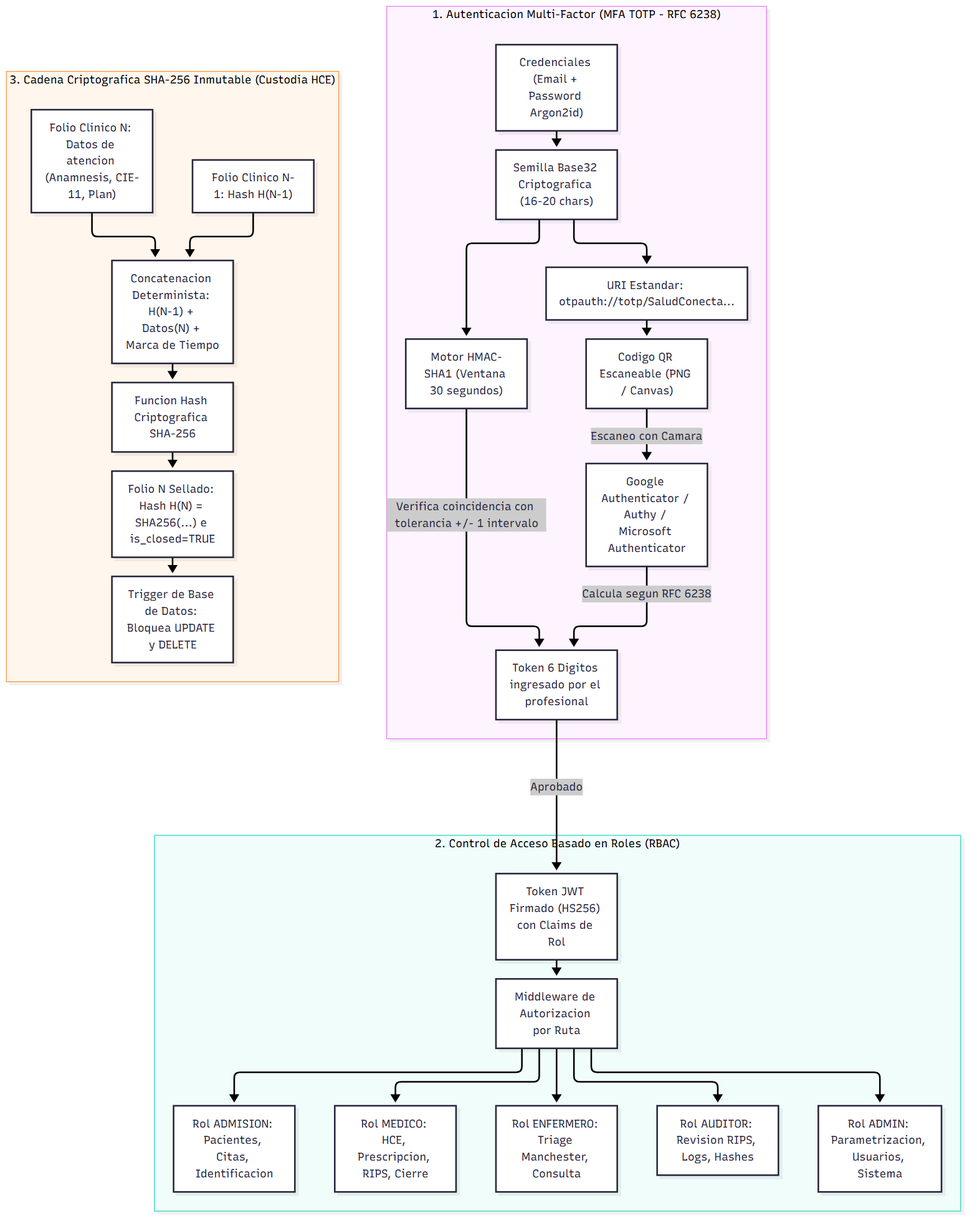
This is docs/diagrams/07_seguridad_mfa_sha256.png from ThiagoVelez/Proyecto_felipe, a Mermaid export, as it was before one commit. Its source is kept beside it as docs/diagrams/07_seguridad_mfa_sha256.mmd. The source it was exported from:
```mermaid
flowchart TD
    subgraph MFAFlow ["1. Autenticacion Multi-Factor (MFA TOTP - RFC 6238)"]
        Credentials["Credenciales (Email + Password Argon2id)"]
        Base32Seed["Semilla Base32 Criptografica (16-20 chars)"]
        QRURI["URI Estandar: otpauth://totp/SaludConecta..."]
        QRImage["Codigo QR Escaneable (PNG / Canvas)"]
        PhoneApp["Google Authenticator / Authy / Microsoft Authenticator"]
        HMACEngine["Motor HMAC-SHA1 (Ventana 30 segundos)"]
        UserOTP["Token 6 Digitos ingresado por el profesional"]

        Credentials --> Base32Seed
        Base32Seed --> QRURI
        QRURI --> QRImage
        QRImage -->|Escaneo con Camara| PhoneApp
        PhoneApp -->|Calcula segun RFC 6238| UserOTP
        Base32Seed --> HMACEngine
        HMACEngine -->|Verifica coincidencia con tolerancia +/- 1 intervalo| UserOTP
    end

    subgraph RBACEngine ["2. Control de Acceso Basado en Roles (RBAC)"]
        JWTToken["Token JWT Firmado (HS256) con Claims de Rol"]
        RoleGuard["Middleware de Autorizacion por Ruta"]
        RoleMedico["Rol MEDICO: HCE, Prescripcion, RIPS, Cierre"]
        RoleEnfermero["Rol ENFERMERO: Triage Manchester, Consulta"]
        RoleAdmision["Rol ADMISION: Pacientes, Citas, Identificacion"]
        RoleAuditor["Rol AUDITOR: Revision RIPS, Logs, Hashes"]
        RoleAdmin["Rol ADMIN: Parametrizacion, Usuarios, Sistema"]

        UserOTP -->|Aprobado| JWTToken
        JWTToken --> RoleGuard
        RoleGuard --> RoleMedico & RoleEnfermero & RoleAdmision & RoleAuditor & RoleAdmin
    end

    subgraph HashChaining ["3. Cadena Criptografica SHA-256 Inmutable (Custodia HCE)"]
        FolioPrevio["Folio Clinico N-1: Hash H(N-1)"]
        FolioActual["Folio Clinico N: Datos de atencion (Anamnesis, CIE-11, Plan)"]
        HashConcat["Concatenacion Determinista: H(N-1) + Datos(N) + Marca de Tiempo"]
        EngineSHA256["Funcion Hash Criptografica SHA-256"]
        FolioFirmado["Folio N Sellado: Hash H(N) = SHA256(...) e is_closed=TRUE"]
        SQLTrigger["Trigger de Base de Datos: Bloquea UPDATE y DELETE"]

        FolioPrevio --> HashConcat
        FolioActual --> HashConcat
        HashConcat --> EngineSHA256
        EngineSHA256 --> FolioFirmado
        FolioFirmado --> SQLTrigger
    end
```
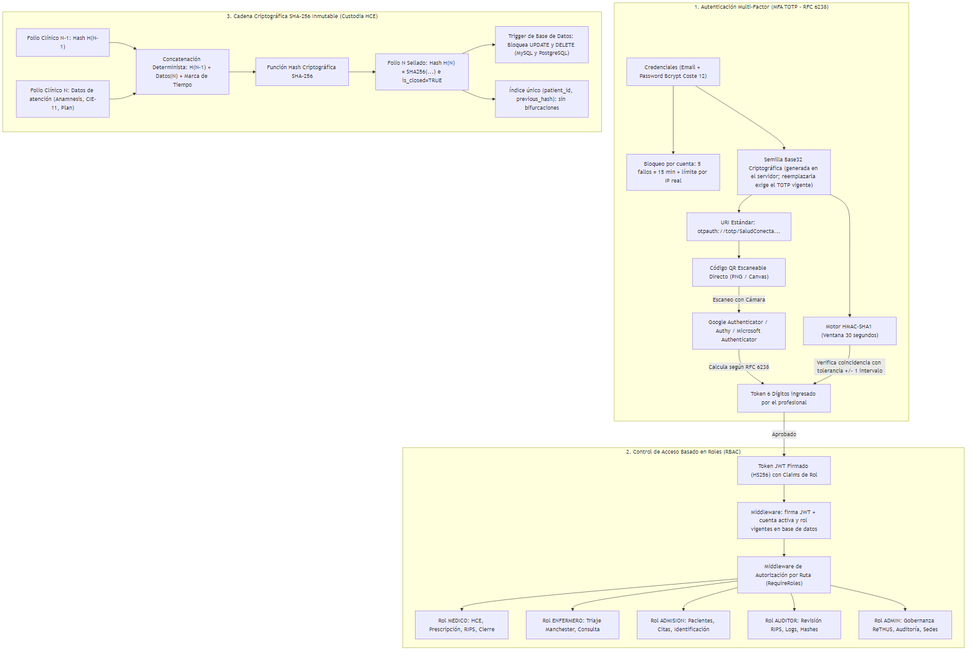
Later version of the same file.

Diff of the diagram source:
```diff
@@ -1,47 +1,53 @@
 flowchart TD
-    subgraph MFAFlow ["1. Autenticacion Multi-Factor (MFA TOTP - RFC 6238)"]
-        Credentials["Credenciales (Email + Password Argon2id)"]
-        Base32Seed["Semilla Base32 Criptografica (16-20 chars)"]
-        QRURI["URI Estandar: otpauth://totp/SaludConecta..."]
-        QRImage["Codigo QR Escaneable (PNG / Canvas)"]
+    subgraph MFAFlow ["1. Autenticación Multi-Factor (MFA TOTP - RFC 6238)"]
+        Credentials["Credenciales (Email + Password Bcrypt Coste 12)"]
+        Lockout["Bloqueo por cuenta: 5 fallos = 15 min + límite por IP real"]
+        Base32Seed["Semilla Base32 Criptográfica (generada en el servidor; reemplazarla exige el TOTP vigente)"]
+        QRURI["URI Estándar: otpauth://totp/SaludConecta..."]
+        QRImage["Código QR Escaneable Directo (PNG / Canvas)"]
         PhoneApp["Google Authenticator / Authy / Microsoft Authenticator"]
         HMACEngine["Motor HMAC-SHA1 (Ventana 30 segundos)"]
-        UserOTP["Token 6 Digitos ingresado por el profesional"]
+        UserOTP["Token 6 Dígitos ingresado por el profesional"]
 
+        Credentials --> Lockout
         Credentials --> Base32Seed
         Base32Seed --> QRURI
         QRURI --> QRImage
-        QRImage -->|Escaneo con Camara| PhoneApp
-        PhoneApp -->|Calcula segun RFC 6238| UserOTP
+        QRImage -->|Escaneo con Cámara| PhoneApp
+        PhoneApp -->|Calcula según RFC 6238| UserOTP
         Base32Seed --> HMACEngine
         HMACEngine -->|Verifica coincidencia con tolerancia +/- 1 intervalo| UserOTP
     end
 
     subgraph RBACEngine ["2. Control de Acceso Basado en Roles (RBAC)"]
         JWTToken["Token JWT Firmado (HS256) con Claims de Rol"]
-        RoleGuard["Middleware de Autorizacion por Ruta"]
-        RoleMedico["Rol MEDICO: HCE, Prescripcion, RIPS, Cierre"]
-        RoleEnfermero["Rol ENFERMERO: Triage Manchester, Consulta"]
-        RoleAdmision["Rol ADMISION: Pacientes, Citas, Identificacion"]
-        RoleAuditor["Rol AUDITOR: Revision RIPS, Logs, Hashes"]
-        RoleAdmin["Rol ADMIN: Parametrizacion, Usuarios, Sistema"]
+        SessionCheck["Middleware: firma JWT + cuenta activa y rol vigentes en base de datos"]
+        RoleGuard["Middleware de Autorización por Ruta (RequireRoles)"]
+        RoleMedico["Rol MEDICO: HCE, Prescripción, RIPS, Cierre"]
+        RoleEnfermero["Rol ENFERMERO: Triaje Manchester, Consulta"]
+        RoleAdmision["Rol ADMISION: Pacientes, Citas, Identificación"]
+        RoleAuditor["Rol AUDITOR: Revisión RIPS, Logs, Hashes"]
+        RoleAdmin["Rol ADMIN: Gobernanza ReTHUS, Auditoría, Sedes"]
 
         UserOTP -->|Aprobado| JWTToken
-        JWTToken --> RoleGuard
+        JWTToken --> SessionCheck
+        SessionCheck --> RoleGuard
         RoleGuard --> RoleMedico & RoleEnfermero & RoleAdmision & RoleAuditor & RoleAdmin
     end
 
-    subgraph HashChaining ["3. Cadena Criptografica SHA-256 Inmutable (Custodia HCE)"]
-        FolioPrevio["Folio Clinico N-1: Hash H(N-1)"]
-        FolioActual["Folio Clinico N: Datos de atencion (Anamnesis, CIE-11, Plan)"]
-        HashConcat["Concatenacion Determinista: H(N-1) + Datos(N) + Marca de Tiempo"]
-        EngineSHA256["Funcion Hash Criptografica SHA-256"]
+    subgraph HashChaining ["3. Cadena Criptográfica SHA-256 Inmutable (Custodia HCE)"]
+        FolioPrevio["Folio Clínico N-1: Hash H(N-1)"]
+        FolioActual["Folio Clínico N: Datos de atención (Anamnesis, CIE-11, Plan)"]
+        HashConcat["Concatenación Determinista: H(N-1) + Datos(N) + Marca de Tiempo"]
+        EngineSHA256["Función Hash Criptográfica SHA-256"]
         FolioFirmado["Folio N Sellado: Hash H(N) = SHA256(...) e is_closed=TRUE"]
-        SQLTrigger["Trigger de Base de Datos: Bloquea UPDATE y DELETE"]
+        SQLTrigger["Trigger de Base de Datos: Bloquea UPDATE y DELETE (MySQL y PostgreSQL)"]
+        UniqueLink["Índice único (patient_id, previous_hash): sin bifurcaciones"]
 
         FolioPrevio --> HashConcat
         FolioActual --> HashConcat
         HashConcat --> EngineSHA256
         EngineSHA256 --> FolioFirmado
         FolioFirmado --> SQLTrigger
+        FolioFirmado --> UniqueLink
     end
```
